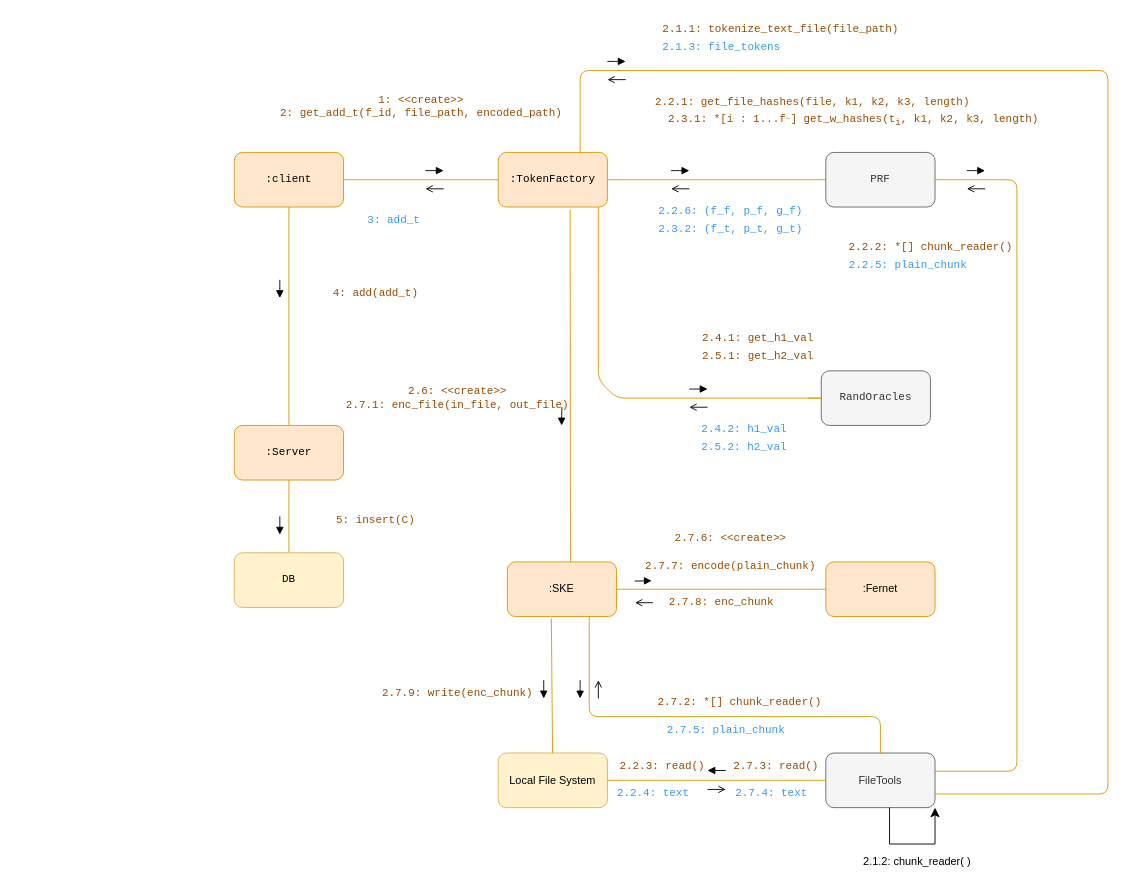
Before: page "add-communication" (2 of 4) of diagrams/behavioral/serevr-core.drawio in thisisel/dynamic-sse, a draw.io diagram. Source tidied: cells renumbered, new cells numbered last; positions are measured from the earlier drawing's top-left corner, leaving out a move shared by most shapes. Both pictures are drawn from the tidied source at 91%, with x=0, y=0 at pixel (234, 15).
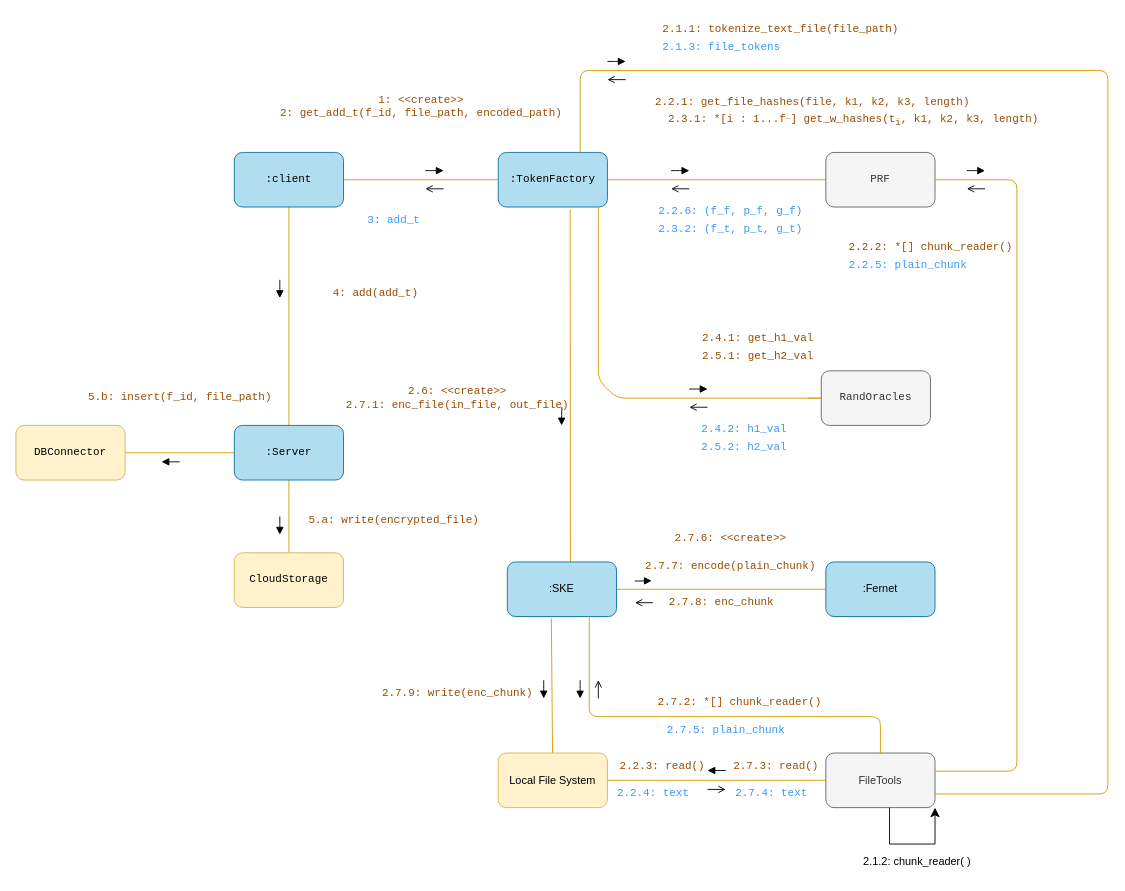
Above is the later version.

The edit, as a diff of the source:
```diff
@@
-    <mxCell id="4" value=":client" style="rounded=1;whiteSpace=wrap;html=1;fontFamily=Courier New;fillColor=#ffe6cc;strokeColor=#d79b00;" parent="1" vertex="1">
+    <mxCell id="4" value=":client" style="rounded=1;whiteSpace=wrap;html=1;fontFamily=Courier New;fillColor=#b1ddf0;strokeColor=#10739e;" parent="1" vertex="1">
       <mxGeometry y="150" width="120" height="60" as="geometry" />
     </mxCell>
@@
-    <mxCell id="7" value=":TokenFactory" style="whiteSpace=wrap;html=1;rounded=1;fontFamily=Courier New;fillColor=#ffe6cc;strokeColor=#d79b00;" parent="1" vertex="1">
+    <mxCell id="7" value=":TokenFactory" style="whiteSpace=wrap;html=1;rounded=1;fontFamily=Courier New;fillColor=#b1ddf0;strokeColor=#10739e;" parent="1" vertex="1">
       <mxGeometry x="290" y="150" width="120" height="60" as="geometry" />
     </mxCell>
@@
+    <mxCell id="73" style="edgeStyle=orthogonalEdgeStyle;rounded=0;jettySize=auto;html=1;exitX=0;exitY=0.5;exitDx=0;exitDy=0;entryX=1;entryY=0.5;entryDx=0;entryDy=0;strokeColor=#D79B00;endArrow=none;endFill=0;" parent="1" edge="1" source="10" target="74">
+      <mxGeometry relative="1" as="geometry" />
+    </mxCell>
-    <mxCell id="10" value=":Server" style="whiteSpace=wrap;html=1;rounded=1;fontFamily=Courier New;fillColor=#ffe6cc;strokeColor=#d79b00;" parent="1" vertex="1">
+    <mxCell id="10" value=":Server" style="whiteSpace=wrap;html=1;rounded=1;fontFamily=Courier New;fillColor=#b1ddf0;strokeColor=#10739e;" parent="1" vertex="1">
       <mxGeometry y="450" width="120" height="60" as="geometry" />
     </mxCell>
@@
-    <mxCell id="23" value=":SKE" style="rounded=1;whiteSpace=wrap;html=1;fillColor=#ffe6cc;strokeColor=#d79b00;" parent="1" vertex="1">
+    <mxCell id="23" value=":SKE" style="rounded=1;whiteSpace=wrap;html=1;fillColor=#b1ddf0;strokeColor=#10739e;" parent="1" vertex="1">
       <mxGeometry x="300" y="600" width="120" height="60" as="geometry" />
     </mxCell>
@@
-    <mxCell id="50" value=":Fernet" style="whiteSpace=wrap;html=1;fillColor=#ffe6cc;strokeColor=#d79b00;rounded=1;" parent="1" vertex="1">
+    <mxCell id="50" value=":Fernet" style="whiteSpace=wrap;html=1;fillColor=#b1ddf0;strokeColor=#10739e;rounded=1;" parent="1" vertex="1">
       <mxGeometry x="650" y="600" width="120" height="60" as="geometry" />
     </mxCell>
@@
-    <mxCell id="59" value="DB" style="whiteSpace=wrap;html=1;fontFamily=Courier New;fillColor=#fff2cc;strokeColor=#d6b656;rounded=1;" parent="1" vertex="1">
+    <mxCell id="59" value="CloudStorage" style="whiteSpace=wrap;html=1;fontFamily=Courier New;fillColor=#fff2cc;strokeColor=#d6b656;rounded=1;" parent="1" vertex="1">
       <mxGeometry y="590" width="120" height="60" as="geometry" />
     </mxCell>
@@
-    <mxCell id="61" value="&lt;font color=&quot;#994c00&quot;&gt;5: insert(C)&lt;/font&gt;" style="text;html=1;align=center;verticalAlign=middle;strokeColor=none;fillColor=none;fontFamily=Courier New;" parent="1" vertex="1">
-      <mxGeometry x="100" y="540" width="110" height="30" as="geometry" />
+    <mxCell id="61" value="&lt;font color=&quot;#994c00&quot;&gt;5.a: write(encrypted_file)&lt;/font&gt;" style="text;html=1;align=center;verticalAlign=middle;strokeColor=none;fillColor=none;fontFamily=Courier New;" parent="1" vertex="1">
+      <mxGeometry x="70" y="540" width="210" height="30" as="geometry" />
     </mxCell>
@@
+    <mxCell id="74" value="DBConnector" style="whiteSpace=wrap;html=1;fontFamily=Courier New;fillColor=#fff2cc;strokeColor=#d6b656;rounded=1;" parent="1" vertex="1">
+      <mxGeometry x="-240" y="450" width="120" height="60" as="geometry" />
+    </mxCell>
+    <mxCell id="75" value="&lt;font color=&quot;#994c00&quot;&gt;5.b: insert(f_id, file_path)&lt;/font&gt;" style="text;html=1;align=center;verticalAlign=middle;strokeColor=none;fillColor=none;fontFamily=Courier New;" parent="1" vertex="1">
+      <mxGeometry x="-175" y="405" width="230" height="30" as="geometry" />
+    </mxCell>
+    <mxCell id="76" style="html=1;verticalAlign=bottom;labelBackgroundColor=none;endArrow=block;endFill=1;fontFamily=Courier New;fillColor=#ffe6cc;strokeColor=#000000;" parent="1" edge="1">
+      <mxGeometry relative="1" as="geometry">
+        <mxPoint x="-60" y="490" as="sourcePoint" />
+        <mxPoint x="-80" y="490" as="targetPoint" />
+        <Array as="points">
+          <mxPoint x="-60" y="490" />
+        </Array>
+      </mxGeometry>
+    </mxCell>
```
